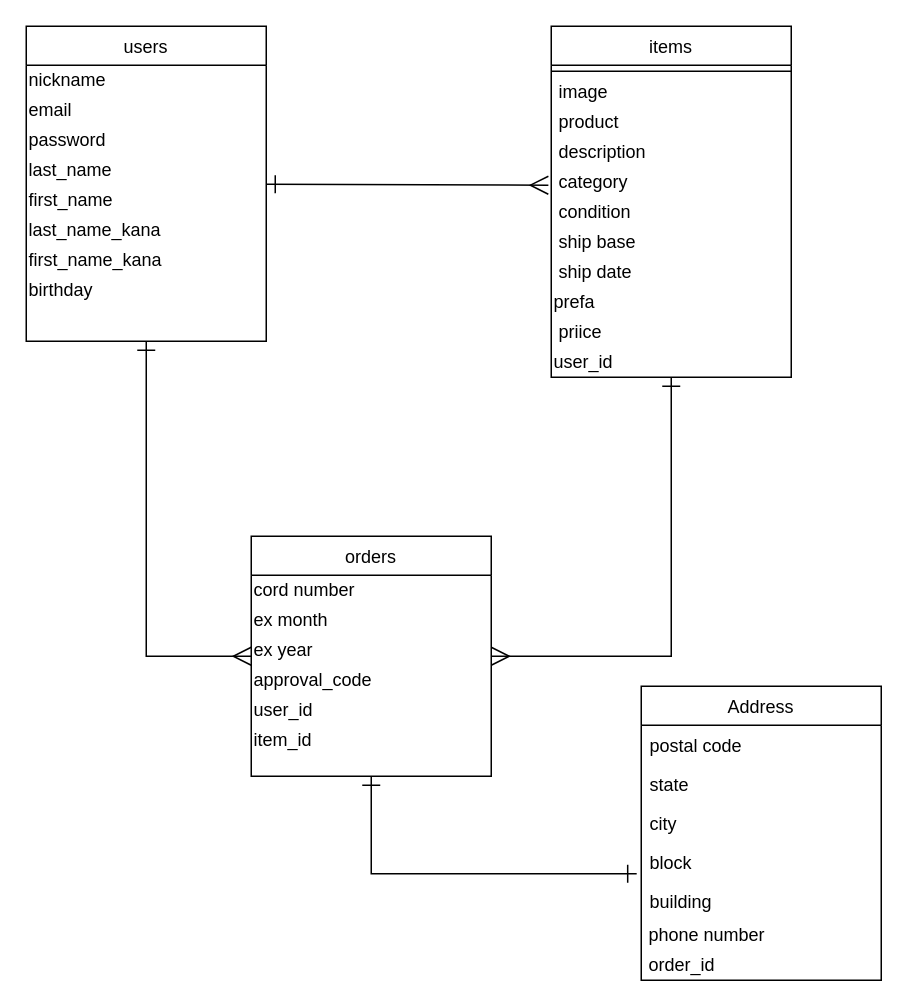
Before: furima-35242.dio in putaro1222/furima-35242, a draw.io diagram. Source tidied: cells renumbered, new cells numbered last; positions are measured from the earlier drawing's top-left corner, leaving out a move shared by most shapes. Both pictures are drawn from the tidied source at 150%, with x=0, y=0 at pixel (26, 26).
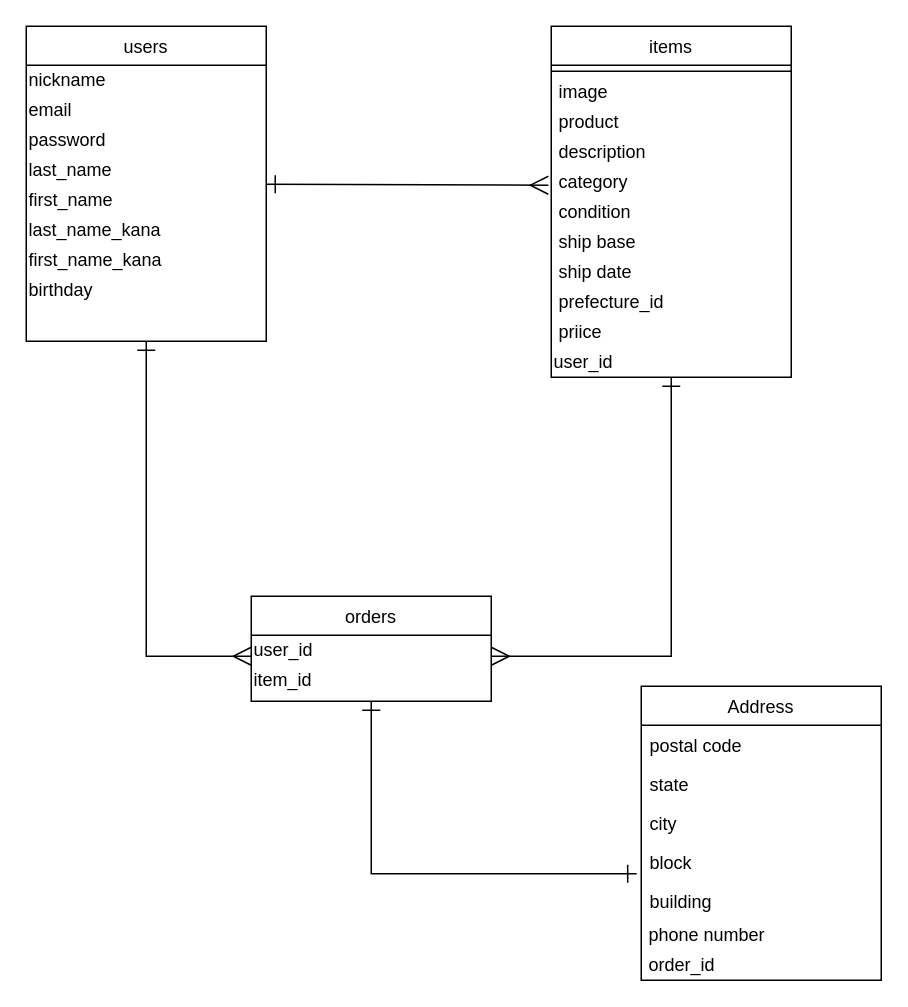
After the change.

Commit message:
ER図、READMEの追加修正

The change refers to these unchanged cells:
```xml
<mxCell id="22" value="items" style="swimlane;fontStyle=0;align=center;verticalAlign=top;horizontal=1;startSize=26;rounded=0;shadow=0;strokeWidth=1;" parent="1" vertex="1">
  <mxGeometry x="350" width="160" height="234" as="geometry" />
</mxCell>
```

Change to the diagram source:
```diff
@@
     <mxCell id="14" value="orders" style="swimlane;fontStyle=0;align=center;verticalAlign=top;horizontal=1;startSize=26;rounded=0;shadow=0;strokeWidth=1;" parent="1" vertex="1">
-      <mxGeometry x="150" y="340" width="160" height="160" as="geometry" />
+      <mxGeometry x="150" y="380" width="160" height="70" as="geometry" />
     </mxCell>
-    <mxCell id="15" value="cord number" style="text;html=1;align=left;verticalAlign=middle;fontFamily=Helvetica;" parent="14" vertex="1">
-      <mxGeometry y="26" width="160" height="20" as="geometry" />
-    </mxCell>
-    <mxCell id="16" value="ex month" style="text;html=1;align=left;verticalAlign=middle;fontFamily=Helvetica;" parent="14" vertex="1">
-      <mxGeometry y="46" width="160" height="20" as="geometry" />
-    </mxCell>
-    <mxCell id="17" value="ex year" style="text;html=1;align=left;verticalAlign=middle;fontFamily=Helvetica;" parent="14" vertex="1">
-      <mxGeometry y="66" width="160" height="20" as="geometry" />
-    </mxCell>
-    <mxCell id="18" value="approval_code" style="text;html=1;align=left;verticalAlign=middle;fontFamily=Helvetica;" parent="14" vertex="1">
-      <mxGeometry y="86" width="160" height="20" as="geometry" />
-    </mxCell>
     <mxCell id="19" value="user_id" style="text;html=1;align=left;verticalAlign=middle;fontFamily=Helvetica;" parent="14" vertex="1">
-      <mxGeometry y="106" width="160" height="20" as="geometry" />
+      <mxGeometry y="26" width="160" height="20" as="geometry" />
     </mxCell>
     <mxCell id="20" value="item_id" style="text;html=1;align=left;verticalAlign=middle;fontFamily=Helvetica;" parent="14" vertex="1">
-      <mxGeometry y="126" width="160" height="20" as="geometry" />
+      <mxGeometry y="46" width="160" height="20" as="geometry" />
     </mxCell>
@@
-    <mxCell id="31" value="prefa" style="text;html=1;align=left;verticalAlign=middle;fontFamily=Helvetica;" parent="22" vertex="1">
+    <mxCell id="31" value="&amp;nbsp;prefecture_id" style="text;html=1;align=left;verticalAlign=middle;fontFamily=Helvetica;" parent="22" vertex="1">
       <mxGeometry y="174" width="160" height="20" as="geometry" />
     </mxCell>
```
